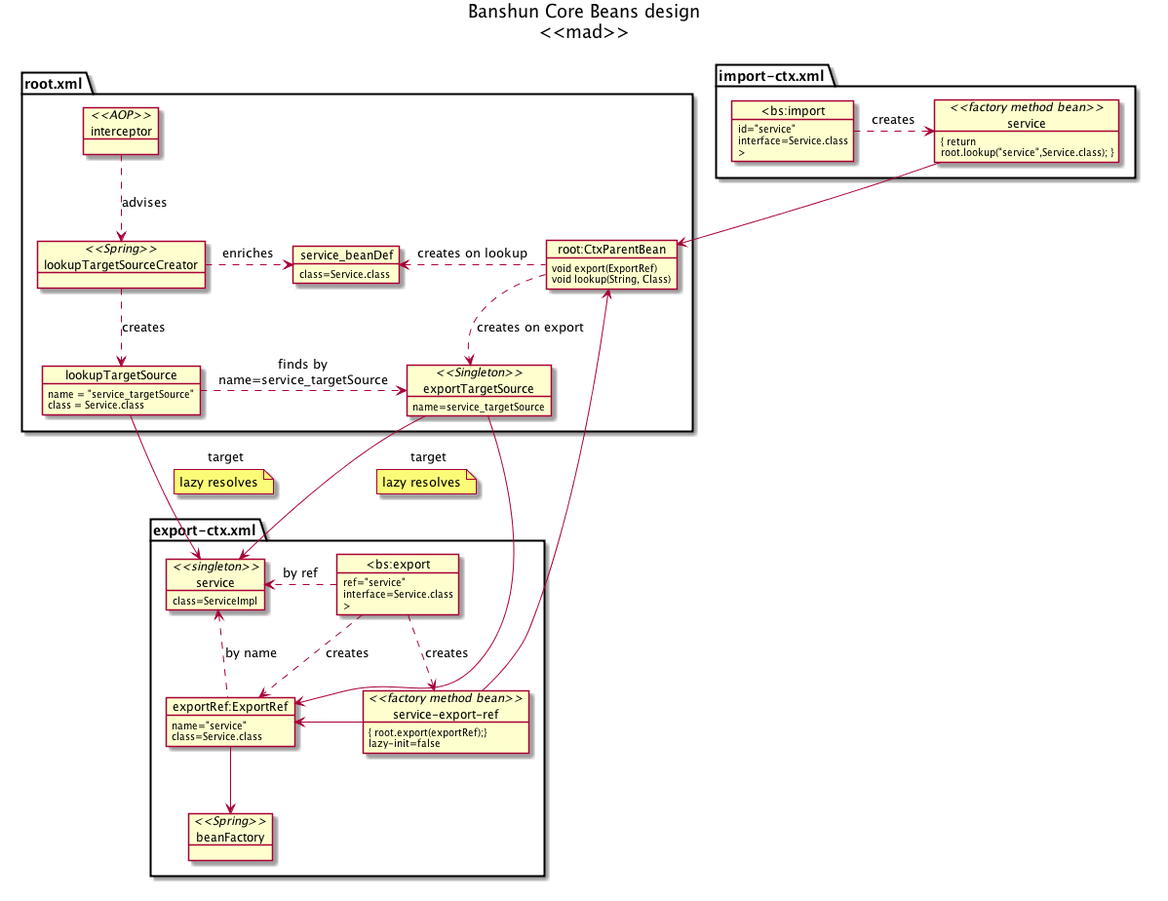
Above: banshun/core/src/main/doc/banshun-context-beans.png in griddynamics/banshun (PlantUML), before the change. Its diagram source:
```plantuml
@startuml

title Banshun Core Beans design\n<<mad>>

package "export-ctx.xml" as exportCtx {
object service <<singleton>>{
 class=ServiceImpl
 }

 object "service-export-ref" as exportBeanDef <<factory method bean>>{
   { root.export(exportRef);}
   lazy-init=false
 }

 object "exportRef:ExportRef" as exportRef {
  name="service"
  class=Service.class
 }

 exportBeanDef -> exportRef

 exportRef .up.> service : by name

object beanFactory <<Spring>>

 exportRef --> beanFactory

 object "<bs:export" as exportTag{
   ref="service"
   interface=Service.class
   >
 }

 exportTag ..> exportRef : creates
 exportTag ..> exportBeanDef : creates
  exportTag .> service :  by ref
}

package "root.xml" {

 object "root:CtxParentBean" as root {
  void export(ExportRef)
  void lookup(String, Class)
 }



exportBeanDef --> root

  object service_beanDef {
   class=Service.class
  }

  root .left.> service_beanDef : creates on lookup

  object "lookupTargetSourceCreator" as lookupTargetSourceCreator <<Spring>>{
  }

  object lookupTargetSource {
   name = "service_targetSource"
   class = Service.class
  }

  lookupTargetSourceCreator .> service_beanDef : enriches

  lookupTargetSourceCreator ..> lookupTargetSource : creates

  object exportTargetSource <<Singleton>>{
    name=service_targetSource
  }

  lookupTargetSource .> exportTargetSource  : finds by\nname=service_targetSource

  lookupTargetSource -> service : target
  note on link : lazy resolves

  exportTargetSource -> exportRef

  root ..> exportTargetSource : creates on export

  exportTargetSource -> service : target
  note on link : lazy resolves


  object interceptor <<AOP>>

  interceptor ..> lookupTargetSourceCreator : advises
}

package "import-ctx.xml"  {

  object "service" as serviceLookup <<factory method bean>>{
   { return
     root.lookup("service",Service.class); }
  }

 object "<bs:import" as importTag{
   id="service"
   interface=Service.class
   >
 }
  serviceLookup -> root

  importTag .> serviceLookup : creates


}
@enduml
```
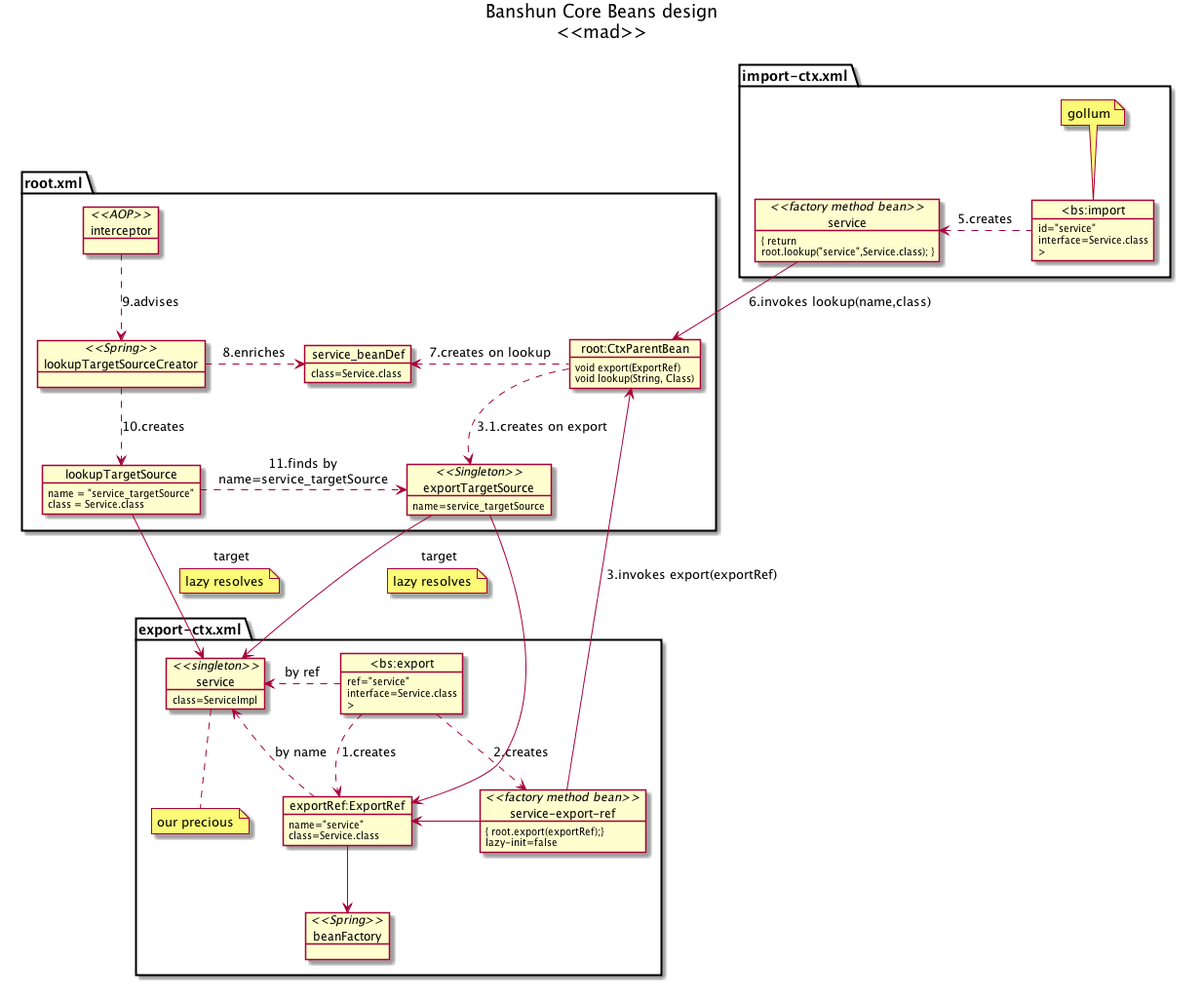
The same diagram one commit later.

Commit message:
added order numbers which is not really correct, and also  begin,end marks.

Diff of the diagram source:
```diff
@@ -6,6 +6,8 @@
 object service <<singleton>>{
  class=ServiceImpl
  }
+
+ note bottom of service : our precious
 
  object "service-export-ref" as exportBeanDef <<factory method bean>>{
    { root.export(exportRef);}
@@ -31,8 +33,8 @@
    >
  }
 
- exportTag ..> exportRef : creates
- exportTag ..> exportBeanDef : creates
+ exportTag ..> exportRef : 1.creates
+ exportTag ..> exportBeanDef : 2.creates
   exportTag .> service :  by ref
 }
 
@@ -45,13 +47,13 @@
 
 
 
-exportBeanDef --> root
+exportBeanDef --> root : 3.invokes export(exportRef)
 
   object service_beanDef {
    class=Service.class
   }
 
-  root .left.> service_beanDef : creates on lookup
+  root .left.> service_beanDef : 7.creates on lookup
 
   object "lookupTargetSourceCreator" as lookupTargetSourceCreator <<Spring>>{
   }
@@ -61,22 +63,22 @@
    class = Service.class
   }
 
-  lookupTargetSourceCreator .> service_beanDef : enriches
+  lookupTargetSourceCreator .> service_beanDef : 8.enriches
 
-  lookupTargetSourceCreator ..> lookupTargetSource : creates
+  lookupTargetSourceCreator ..> lookupTargetSource : 10.creates
 
   object exportTargetSource <<Singleton>>{
     name=service_targetSource
   }
 
-  lookupTargetSource .> exportTargetSource  : finds by\nname=service_targetSource
+  lookupTargetSource .> exportTargetSource  : 11.finds by\nname=service_targetSource
 
   lookupTargetSource -> service : target
   note on link : lazy resolves
 
   exportTargetSource -> exportRef
 
-  root ..> exportTargetSource : creates on export
+  root ..> exportTargetSource : 3.1.creates on export
 
   exportTargetSource -> service : target
   note on link : lazy resolves
@@ -84,7 +86,7 @@
 
   object interceptor <<AOP>>
 
-  interceptor ..> lookupTargetSourceCreator : advises
+  interceptor ..> lookupTargetSourceCreator : 9.advises
 }
 
 package "import-ctx.xml"  {
@@ -99,9 +101,12 @@
    interface=Service.class
    >
  }
-  serviceLookup -> root
 
-  importTag .> serviceLookup : creates
+ note top of importTag: gollum
+
+  serviceLookup -down-> root : 6.invokes lookup(name,class)
+
+  importTag .left.> serviceLookup : 5.creates
 
 
 }
```
